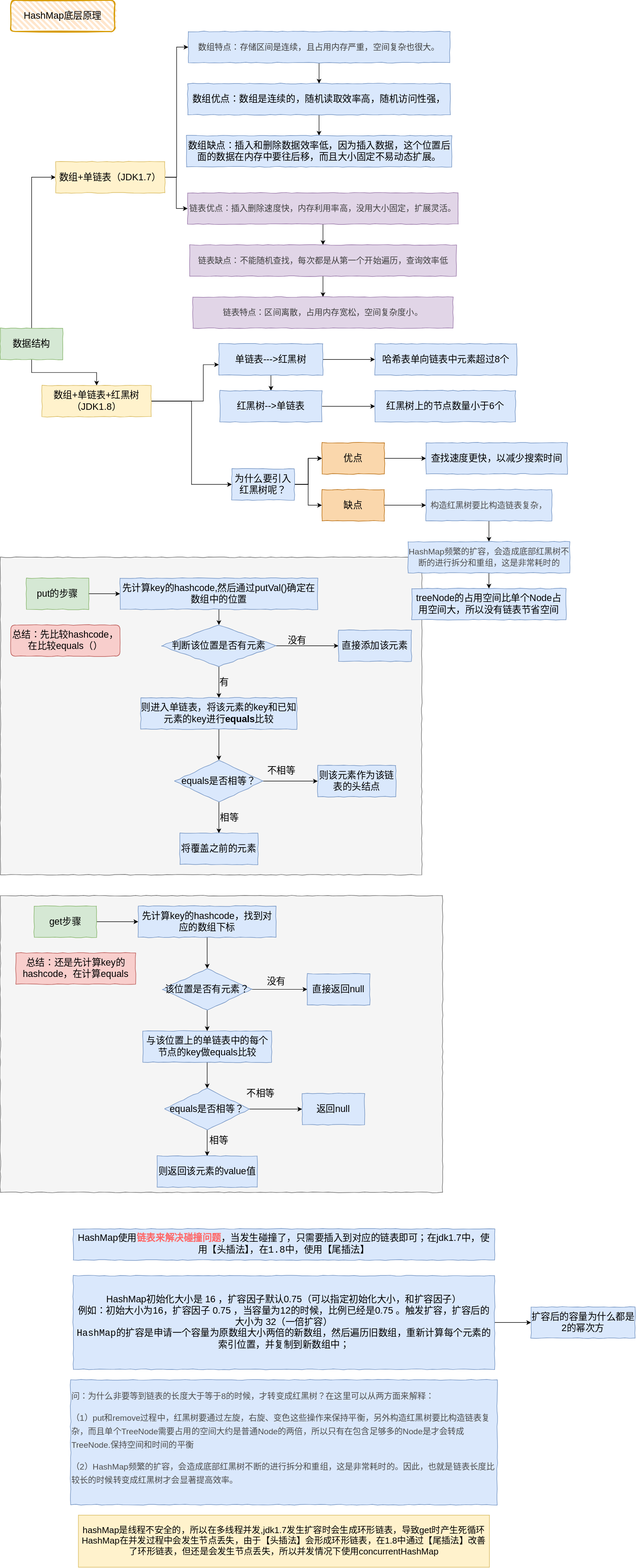
This is Java/HashMap.svg from kusuzi/LearnJava, a draw.io export, as it was before one commit. Source tidied: cells renumbered, new cells last; positions are measured from the earlier drawing's top-left corner, leaving out a move shared by most shapes.
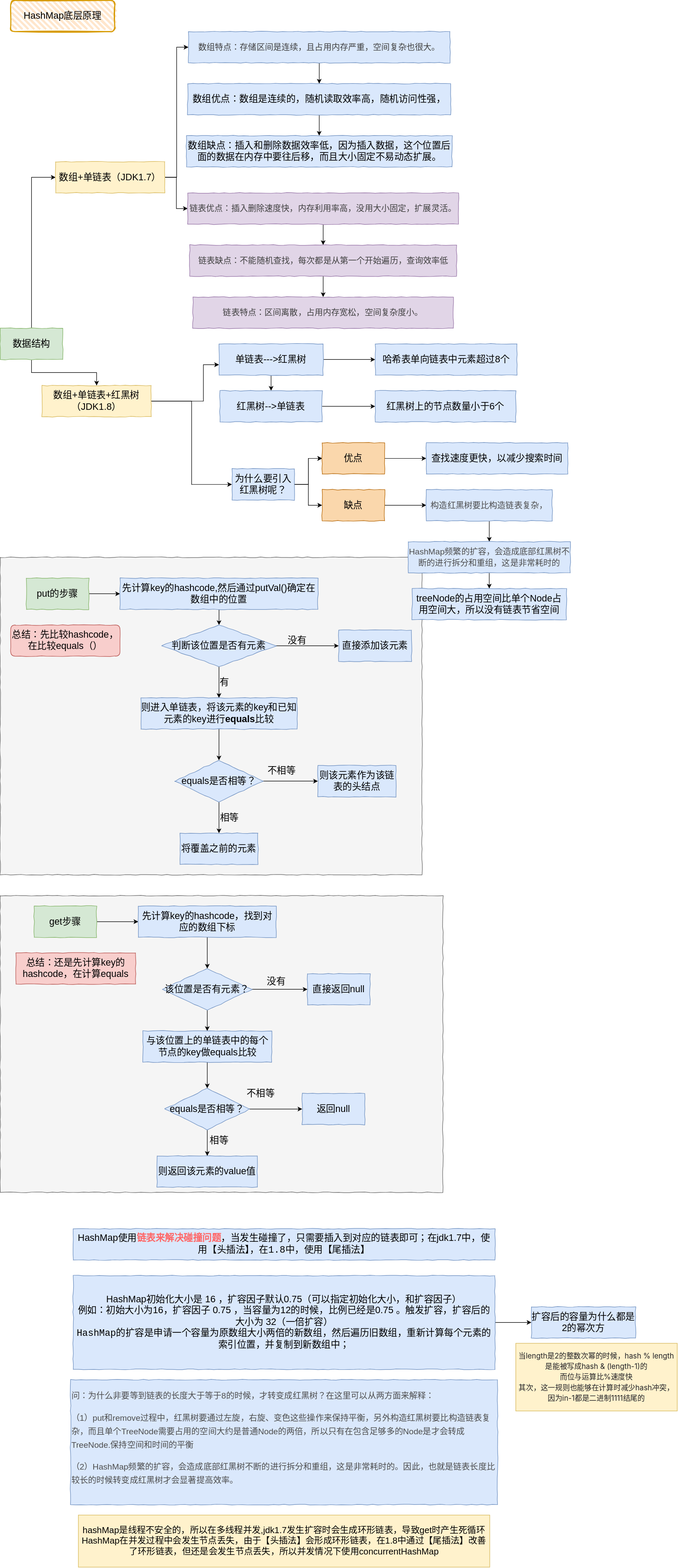
Above is the later version.

What changed in the source:
```diff
@@ -278,5 +278,8 @@
     <mxCell id="90" value="hashMap是线程不安全的，所以在多线程并发,jdk1.7发生扩容时&lt;span style=&quot;font-size: 17px&quot;&gt;会生成环形链表，导致get时产生死循环&lt;br style=&quot;font-size: 17px&quot;&gt;HashMap在并发过程中会发生节点丢失，由于【头插法】会形成环形链表，在1.8中通过【尾插法】改善了环形链表，但还是会发生节点丢失，所以并发情况下使用concurrentHashMap&lt;br style=&quot;font-size: 17px&quot;&gt;&lt;/span&gt;" style="whiteSpace=wrap;html=1;labelBackgroundColor=none;align=center;fillColor=#fff2cc;strokeColor=#d6b656;fontSize=17;" parent="1" vertex="1">
       <mxGeometry x="150" y="2910" width="790" height="100" as="geometry" />
     </mxCell>
+    <mxCell id="91" value="&lt;span style=&quot;color: rgb(34 , 34 , 38) ; font-family: &amp;#34;sf pro display&amp;#34; , &amp;#34;roboto&amp;#34; , &amp;#34;noto&amp;#34; , &amp;#34;arial&amp;#34; , &amp;#34;pingfang sc&amp;#34; , &amp;#34;hiragino sans gb&amp;#34; , &amp;#34;microsoft yahei&amp;#34; , sans-serif ; font-size: 14px ; text-align: left&quot;&gt;当length是2的整数次幂的时候，hash % length是能被写成hash &amp;amp; (length-1)的&lt;br&gt;而位与运算比%速度快&lt;br&gt;其次，这一规则也能够在计算时减少hash冲突，因为in-1都是二进制1111结尾的&lt;/span&gt;&lt;span style=&quot;color: rgb(34 , 34 , 38) ; font-family: &amp;#34;sf pro display&amp;#34; , &amp;#34;roboto&amp;#34; , &amp;#34;noto&amp;#34; , &amp;#34;arial&amp;#34; , &amp;#34;pingfang sc&amp;#34; , &amp;#34;hiragino sans gb&amp;#34; , &amp;#34;microsoft yahei&amp;#34; , sans-serif ; font-size: 14px ; text-align: left&quot;&gt;&lt;br&gt;&lt;/span&gt;" style="whiteSpace=wrap;html=1;labelBackgroundColor=none;fontSize=17;align=center;fillColor=#fff2cc;strokeColor=#d6b656;" parent="1" vertex="1">
+      <mxGeometry x="990" y="2580" width="310" height="130" as="geometry" />
+    </mxCell>
   </root>
 </mxGraphModel>
```
